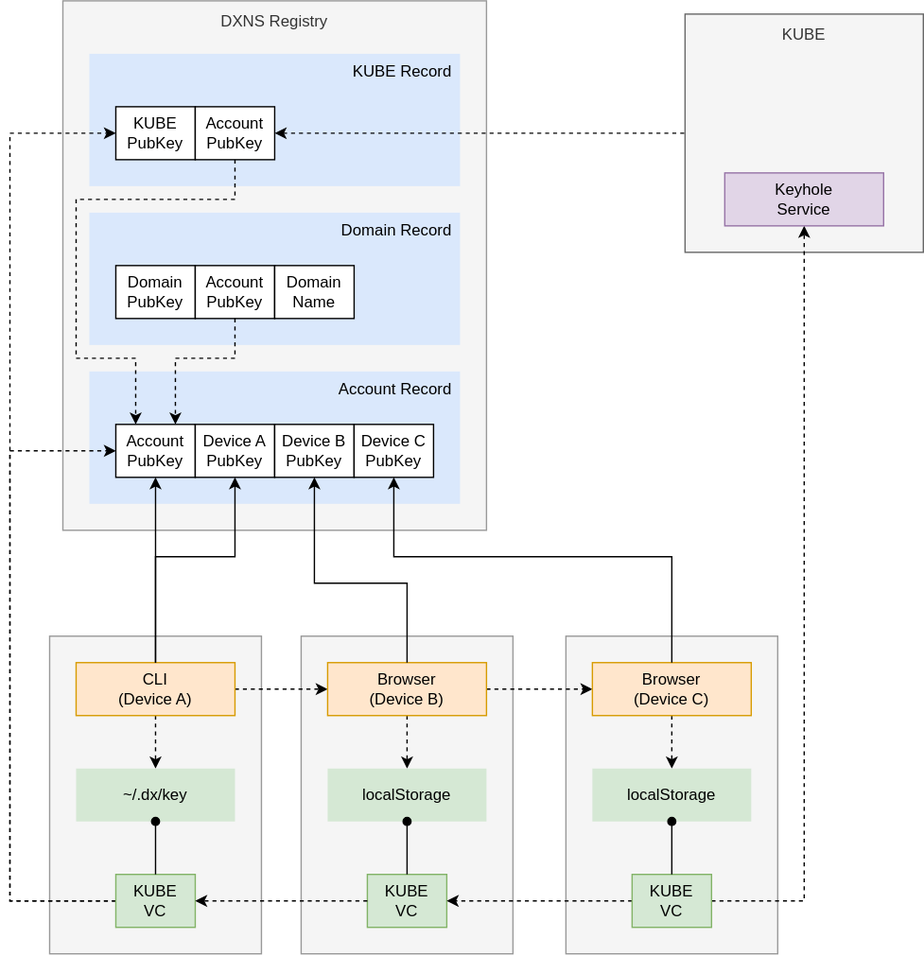
dxos/dxos keeps this draw.io diagram as docs/design/diagrams/HALO keys.drawio.svg. Above is the earlier version. Source tidied: cells renumbered, new cells last; positions are measured from the earlier drawing's top-left corner, leaving out a move shared by most shapes.
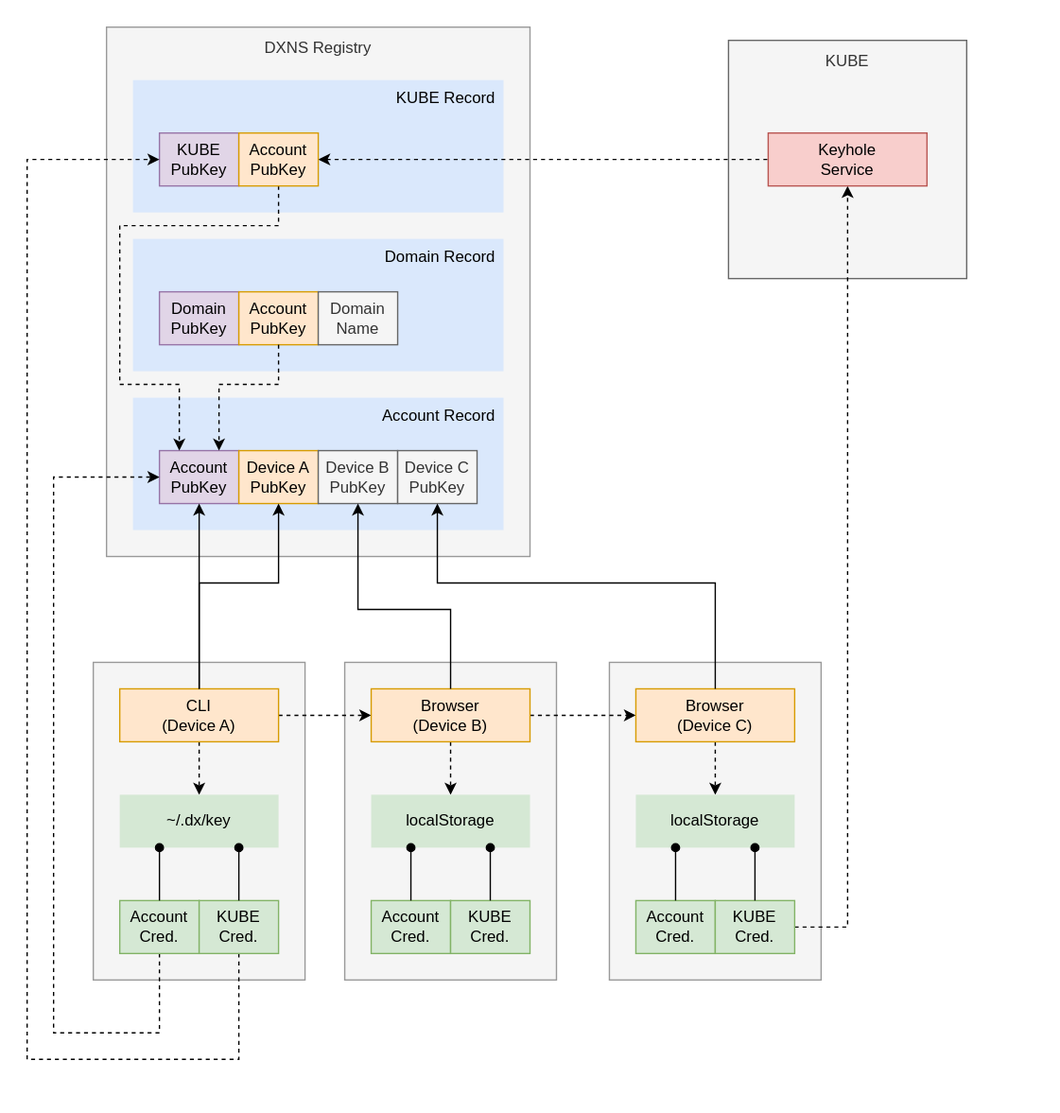
The same diagram one commit later.

The edit, as a diff of the source:
```diff
@@ -1,4 +1,4 @@
-<mxGraphModel>
+<mxGraphModel background="#ffffff">
   <root>
     <mxCell id="0" />
     <mxCell id="1" parent="0" />
@@ -44,22 +44,22 @@
     <mxCell id="15" value="Browser&lt;br&gt;(Device C)" style="rounded=0;whiteSpace=wrap;html=1;fillColor=#ffe6cc;strokeColor=#d79b00;" parent="1" vertex="1">
       <mxGeometry x="440" y="500" width="120" height="40" as="geometry" />
     </mxCell>
-    <mxCell id="16" style="edgeStyle=orthogonalEdgeStyle;rounded=0;jettySize=auto;html=1;entryX=0;entryY=0.5;entryDx=0;entryDy=0;exitX=1;exitY=0.5;exitDx=0;exitDy=0;startArrow=classic;startFill=1;endArrow=none;endFill=0;dashed=1;" parent="1" edge="1" source="47" target="7">
+    <mxCell id="16" style="edgeStyle=orthogonalEdgeStyle;rounded=0;jettySize=auto;html=1;entryX=0;entryY=0.5;entryDx=0;entryDy=0;exitX=1;exitY=0.5;exitDx=0;exitDy=0;startArrow=classic;startFill=1;endArrow=none;endFill=0;dashed=1;" parent="1" edge="1" source="47" target="45">
       <mxGeometry relative="1" as="geometry" />
     </mxCell>
-    <mxCell id="17" value="KUBE&lt;br&gt;PubKey" style="rounded=0;whiteSpace=wrap;html=1;" parent="1" vertex="1">
+    <mxCell id="17" value="KUBE&lt;br&gt;PubKey" style="rounded=0;whiteSpace=wrap;html=1;fillColor=#e1d5e7;strokeColor=#9673a6;" parent="1" vertex="1">
       <mxGeometry x="80" y="80" width="60" height="40" as="geometry" />
     </mxCell>
     <mxCell id="18" value="Domain Record" style="rounded=0;whiteSpace=wrap;html=1;verticalAlign=top;align=right;spacingLeft=4;fillColor=#dae8fc;strokeColor=none;spacingRight=4;spacing=2;" parent="1" vertex="1">
       <mxGeometry x="60" y="160" width="280" height="100" as="geometry" />
     </mxCell>
-    <mxCell id="19" value="Domain&lt;br&gt;PubKey" style="rounded=0;whiteSpace=wrap;html=1;" parent="1" vertex="1">
+    <mxCell id="19" value="Domain&lt;br&gt;PubKey" style="rounded=0;whiteSpace=wrap;html=1;fillColor=#e1d5e7;strokeColor=#9673a6;" parent="1" vertex="1">
       <mxGeometry x="80" y="200" width="60" height="40" as="geometry" />
     </mxCell>
-    <mxCell id="20" value="Account&lt;br&gt;PubKey" style="rounded=0;whiteSpace=wrap;html=1;" parent="1" vertex="1">
+    <mxCell id="20" value="Account&lt;br&gt;PubKey" style="rounded=0;whiteSpace=wrap;html=1;fillColor=#ffe6cc;strokeColor=#d79b00;" parent="1" vertex="1">
       <mxGeometry x="140" y="200" width="60" height="40" as="geometry" />
     </mxCell>
-    <mxCell id="21" value="Domain&lt;br&gt;Name" style="rounded=0;whiteSpace=wrap;html=1;" parent="1" vertex="1">
+    <mxCell id="21" value="Domain&lt;br&gt;Name" style="rounded=0;whiteSpace=wrap;html=1;fillColor=#f5f5f5;fontColor=#333333;strokeColor=#666666;" parent="1" vertex="1">
       <mxGeometry x="200" y="200" width="60" height="40" as="geometry" />
     </mxCell>
     <mxCell id="22" value="~/.dx/key" style="rounded=0;whiteSpace=wrap;html=1;fillColor=#d5e8d4;strokeColor=none;" parent="1" vertex="1">
@@ -68,16 +68,16 @@
     <mxCell id="23" value="Account Record" style="rounded=0;whiteSpace=wrap;html=1;verticalAlign=top;align=right;spacing=2;spacingLeft=4;fillColor=#dae8fc;strokeColor=none;spacingRight=4;" parent="1" vertex="1">
       <mxGeometry x="60" y="280" width="280" height="100" as="geometry" />
     </mxCell>
-    <mxCell id="24" value="Account&lt;br&gt;PubKey" style="rounded=0;whiteSpace=wrap;html=1;" parent="1" vertex="1">
+    <mxCell id="24" value="Account&lt;br&gt;PubKey" style="rounded=0;whiteSpace=wrap;html=1;fillColor=#e1d5e7;strokeColor=#9673a6;" parent="1" vertex="1">
       <mxGeometry x="80" y="320" width="60" height="40" as="geometry" />
     </mxCell>
-    <mxCell id="25" value="Device A&lt;br&gt;PubKey" style="rounded=0;whiteSpace=wrap;html=1;" parent="1" vertex="1">
+    <mxCell id="25" value="Device A&lt;br&gt;PubKey" style="rounded=0;whiteSpace=wrap;html=1;fillColor=#ffe6cc;strokeColor=#d79b00;" parent="1" vertex="1">
       <mxGeometry x="140" y="320" width="60" height="40" as="geometry" />
     </mxCell>
-    <mxCell id="26" value="Device B&lt;br&gt;PubKey" style="rounded=0;whiteSpace=wrap;html=1;" parent="1" vertex="1">
+    <mxCell id="26" value="Device B&lt;br&gt;PubKey" style="rounded=0;whiteSpace=wrap;html=1;fillColor=#f5f5f5;fontColor=#333333;strokeColor=#666666;" parent="1" vertex="1">
       <mxGeometry x="200" y="320" width="60" height="40" as="geometry" />
     </mxCell>
-    <mxCell id="27" value="Device C&lt;br&gt;PubKey" style="rounded=0;whiteSpace=wrap;html=1;" parent="1" vertex="1">
+    <mxCell id="27" value="Device C&lt;br&gt;PubKey" style="rounded=0;whiteSpace=wrap;html=1;fillColor=#f5f5f5;fontColor=#333333;strokeColor=#666666;" parent="1" vertex="1">
       <mxGeometry x="260" y="320" width="60" height="40" as="geometry" />
     </mxCell>
     <mxCell id="28" style="edgeStyle=orthogonalEdgeStyle;rounded=0;jettySize=auto;html=1;exitX=0.5;exitY=0;exitDx=0;exitDy=0;" parent="1" edge="1" source="10" target="25">
@@ -113,55 +113,35 @@
     <mxCell id="33" value="localStorage" style="rounded=0;whiteSpace=wrap;html=1;fillColor=#d5e8d4;strokeColor=none;" parent="1" vertex="1">
       <mxGeometry x="440" y="580" width="120" height="40" as="geometry" />
     </mxCell>
-    <mxCell id="34" style="edgeStyle=orthogonalEdgeStyle;rounded=0;jettySize=auto;html=1;exitX=0;exitY=0.5;exitDx=0;exitDy=0;entryX=0;entryY=0.5;entryDx=0;entryDy=0;dashed=1;" parent="1" edge="1" source="36" target="24">
+    <mxCell id="34" style="edgeStyle=orthogonalEdgeStyle;rounded=0;jettySize=auto;html=1;exitX=0.5;exitY=1;exitDx=0;exitDy=0;entryX=0;entryY=0.5;entryDx=0;entryDy=0;dashed=1;" parent="1" edge="1" source="36" target="24">
       <mxGeometry relative="1" as="geometry">
         <Array as="points">
-          <mxPoint y="680" />
+          <mxPoint x="80" y="760" />
+          <mxPoint y="760" />
           <mxPoint y="340" />
         </Array>
       </mxGeometry>
     </mxCell>
-    <mxCell id="35" style="edgeStyle=orthogonalEdgeStyle;rounded=0;jettySize=auto;html=1;exitX=0;exitY=0.5;exitDx=0;exitDy=0;entryX=0;entryY=0.5;entryDx=0;entryDy=0;dashed=1;startArrow=none;startFill=0;endArrow=classic;endFill=1;" parent="1" edge="1" source="36" target="17">
+    <mxCell id="35" style="edgeStyle=orthogonalEdgeStyle;rounded=0;jettySize=auto;html=1;entryX=0;entryY=0.5;entryDx=0;entryDy=0;dashed=1;startArrow=none;startFill=0;endArrow=classic;endFill=1;exitX=0.5;exitY=1;exitDx=0;exitDy=0;" parent="1" edge="1" source="49" target="17">
       <mxGeometry relative="1" as="geometry">
         <Array as="points">
-          <mxPoint y="680" />
-          <mxPoint y="100" />
+          <mxPoint x="140" y="780" />
+          <mxPoint x="-20" y="780" />
+          <mxPoint x="-20" y="100" />
         </Array>
       </mxGeometry>
     </mxCell>
-    <mxCell id="36" value="KUBE&lt;br&gt;VC" style="rounded=0;whiteSpace=wrap;html=1;fillColor=#d5e8d4;strokeColor=#82b366;" parent="1" vertex="1">
-      <mxGeometry x="80" y="660" width="60" height="40" as="geometry" />
+    <mxCell id="36" value="Account&lt;br&gt;Cred." style="rounded=0;whiteSpace=wrap;html=1;fillColor=#d5e8d4;strokeColor=#82b366;" parent="1" vertex="1">
+      <mxGeometry x="50" y="660" width="60" height="40" as="geometry" />
     </mxCell>
-    <mxCell id="37" style="edgeStyle=orthogonalEdgeStyle;rounded=0;jettySize=auto;html=1;exitX=0.5;exitY=1;exitDx=0;exitDy=0;entryX=0.5;entryY=0;entryDx=0;entryDy=0;endArrow=none;endFill=0;startArrow=oval;startFill=1;" parent="1" edge="1" source="22" target="36">
+    <mxCell id="37" style="edgeStyle=orthogonalEdgeStyle;rounded=0;jettySize=auto;html=1;exitX=0.25;exitY=1;exitDx=0;exitDy=0;entryX=0.5;entryY=0;entryDx=0;entryDy=0;endArrow=none;endFill=0;startArrow=oval;startFill=1;" parent="1" edge="1" source="22" target="36">
       <mxGeometry relative="1" as="geometry" />
     </mxCell>
-    <mxCell id="38" value="KUBE&lt;br&gt;VC" style="rounded=0;whiteSpace=wrap;html=1;fillColor=#d5e8d4;strokeColor=#82b366;" parent="1" vertex="1">
-      <mxGeometry x="270" y="660" width="60" height="40" as="geometry" />
-    </mxCell>
-    <mxCell id="39" style="edgeStyle=orthogonalEdgeStyle;rounded=0;jettySize=auto;html=1;exitX=0.5;exitY=1;exitDx=0;exitDy=0;entryX=0.5;entryY=0;entryDx=0;entryDy=0;endArrow=none;endFill=0;startArrow=oval;startFill=1;" parent="1" edge="1" target="38">
-      <mxGeometry relative="1" as="geometry">
-        <mxPoint x="300" y="620" as="sourcePoint" />
-      </mxGeometry>
-    </mxCell>
-    <mxCell id="40" style="edgeStyle=orthogonalEdgeStyle;rounded=0;jettySize=auto;html=1;exitX=0;exitY=0.5;exitDx=0;exitDy=0;entryX=1;entryY=0.5;entryDx=0;entryDy=0;dashed=1;startArrow=none;startFill=0;endArrow=classic;endFill=1;" parent="1" edge="1" source="42" target="38">
-      <mxGeometry relative="1" as="geometry" />
-    </mxCell>
-    <mxCell id="41" style="edgeStyle=orthogonalEdgeStyle;rounded=0;jettySize=auto;html=1;exitX=1;exitY=0.5;exitDx=0;exitDy=0;entryX=0.5;entryY=1;entryDx=0;entryDy=0;dashed=1;startArrow=none;startFill=0;endArrow=classic;endFill=1;" parent="1" edge="1" source="42" target="45">
+    <mxCell id="41" style="edgeStyle=orthogonalEdgeStyle;rounded=0;jettySize=auto;html=1;exitX=1;exitY=0.5;exitDx=0;exitDy=0;entryX=0.5;entryY=1;entryDx=0;entryDy=0;dashed=1;startArrow=none;startFill=0;endArrow=classic;endFill=1;" parent="1" edge="1" source="57" target="45">
       <mxGeometry relative="1" as="geometry" />
     </mxCell>
-    <mxCell id="42" value="KUBE&lt;br&gt;VC" style="rounded=0;whiteSpace=wrap;html=1;fillColor=#d5e8d4;strokeColor=#82b366;" parent="1" vertex="1">
-      <mxGeometry x="470" y="660" width="60" height="40" as="geometry" />
-    </mxCell>
-    <mxCell id="43" style="edgeStyle=orthogonalEdgeStyle;rounded=0;jettySize=auto;html=1;exitX=0.5;exitY=1;exitDx=0;exitDy=0;entryX=0.5;entryY=0;entryDx=0;entryDy=0;endArrow=none;endFill=0;startArrow=oval;startFill=1;" parent="1" edge="1" target="42">
-      <mxGeometry relative="1" as="geometry">
-        <mxPoint x="500" y="620" as="sourcePoint" />
-      </mxGeometry>
-    </mxCell>
-    <mxCell id="44" style="edgeStyle=orthogonalEdgeStyle;rounded=0;jettySize=auto;html=1;exitX=0;exitY=0.5;exitDx=0;exitDy=0;dashed=1;entryX=1;entryY=0.5;entryDx=0;entryDy=0;" parent="1" edge="1" source="38" target="36">
-      <mxGeometry relative="1" as="geometry" />
-    </mxCell>
-    <mxCell id="45" value="Keyhole&lt;br&gt;Service" style="rounded=0;whiteSpace=wrap;html=1;fillColor=#e1d5e7;strokeColor=#9673a6;" parent="1" vertex="1">
-      <mxGeometry x="540" y="130" width="120" height="40" as="geometry" />
+    <mxCell id="45" value="Keyhole&lt;br&gt;Service" style="rounded=0;whiteSpace=wrap;html=1;fillColor=#f8cecc;strokeColor=#b85450;" parent="1" vertex="1">
+      <mxGeometry x="540" y="80" width="120" height="40" as="geometry" />
     </mxCell>
     <mxCell id="46" style="edgeStyle=orthogonalEdgeStyle;rounded=0;jettySize=auto;html=1;exitX=0.5;exitY=1;exitDx=0;exitDy=0;dashed=1;startArrow=none;startFill=0;endArrow=classic;endFill=1;entryX=0.25;entryY=0;entryDx=0;entryDy=0;" parent="1" edge="1" source="47" target="24">
       <mxGeometry relative="1" as="geometry">
@@ -173,7 +153,7 @@
         </Array>
       </mxGeometry>
     </mxCell>
-    <mxCell id="47" value="Account&lt;br&gt;PubKey" style="rounded=0;whiteSpace=wrap;html=1;" parent="1" vertex="1">
+    <mxCell id="47" value="Account&lt;br&gt;PubKey" style="rounded=0;whiteSpace=wrap;html=1;fillColor=#ffe6cc;strokeColor=#d79b00;" parent="1" vertex="1">
       <mxGeometry x="140" y="80" width="60" height="40" as="geometry" />
     </mxCell>
     <mxCell id="48" style="edgeStyle=orthogonalEdgeStyle;rounded=0;jettySize=auto;html=1;exitX=0.5;exitY=1;exitDx=0;exitDy=0;entryX=0.75;entryY=0;entryDx=0;entryDy=0;dashed=1;startArrow=none;startFill=0;endArrow=classic;endFill=1;" parent="1" edge="1" source="20" target="24">
@@ -184,5 +164,49 @@
         </Array>
       </mxGeometry>
     </mxCell>
+    <mxCell id="49" value="KUBE&lt;br&gt;Cred." style="rounded=0;whiteSpace=wrap;html=1;fillColor=#d5e8d4;strokeColor=#82b366;" parent="1" vertex="1">
+      <mxGeometry x="110" y="660" width="60" height="40" as="geometry" />
+    </mxCell>
+    <mxCell id="50" style="edgeStyle=orthogonalEdgeStyle;rounded=0;jettySize=auto;html=1;exitX=0.75;exitY=1;exitDx=0;exitDy=0;entryX=0.5;entryY=0;entryDx=0;entryDy=0;startArrow=oval;startFill=1;endArrow=none;endFill=0;" parent="1" edge="1" source="22" target="49">
+      <mxGeometry relative="1" as="geometry" />
+    </mxCell>
+    <mxCell id="51" value="Account&lt;br&gt;Cred." style="rounded=0;whiteSpace=wrap;html=1;fillColor=#d5e8d4;strokeColor=#82b366;" parent="1" vertex="1">
+      <mxGeometry x="240" y="660" width="60" height="40" as="geometry" />
+    </mxCell>
+    <mxCell id="52" style="edgeStyle=orthogonalEdgeStyle;rounded=0;jettySize=auto;html=1;exitX=0.25;exitY=1;exitDx=0;exitDy=0;entryX=0.5;entryY=0;entryDx=0;entryDy=0;endArrow=none;endFill=0;startArrow=oval;startFill=1;" parent="1" edge="1" target="51">
+      <mxGeometry relative="1" as="geometry">
+        <mxPoint x="270" y="620" as="sourcePoint" />
+      </mxGeometry>
+    </mxCell>
+    <mxCell id="53" value="KUBE&lt;br&gt;Cred." style="rounded=0;whiteSpace=wrap;html=1;fillColor=#d5e8d4;strokeColor=#82b366;" parent="1" vertex="1">
+      <mxGeometry x="300" y="660" width="60" height="40" as="geometry" />
+    </mxCell>
+    <mxCell id="54" style="edgeStyle=orthogonalEdgeStyle;rounded=0;jettySize=auto;html=1;exitX=0.75;exitY=1;exitDx=0;exitDy=0;entryX=0.5;entryY=0;entryDx=0;entryDy=0;startArrow=oval;startFill=1;endArrow=none;endFill=0;" parent="1" edge="1" target="53">
+      <mxGeometry relative="1" as="geometry">
+        <mxPoint x="330" y="620" as="sourcePoint" />
+      </mxGeometry>
+    </mxCell>
+    <mxCell id="55" value="Account&lt;br&gt;Cred." style="rounded=0;whiteSpace=wrap;html=1;fillColor=#d5e8d4;strokeColor=#82b366;" parent="1" vertex="1">
+      <mxGeometry x="440" y="660" width="60" height="40" as="geometry" />
+    </mxCell>
+    <mxCell id="56" style="edgeStyle=orthogonalEdgeStyle;rounded=0;jettySize=auto;html=1;exitX=0.25;exitY=1;exitDx=0;exitDy=0;entryX=0.5;entryY=0;entryDx=0;entryDy=0;endArrow=none;endFill=0;startArrow=oval;startFill=1;" parent="1" edge="1" target="55">
+      <mxGeometry relative="1" as="geometry">
+        <mxPoint x="470" y="620" as="sourcePoint" />
+      </mxGeometry>
+    </mxCell>
+    <mxCell id="57" value="KUBE&lt;br&gt;Cred." style="rounded=0;whiteSpace=wrap;html=1;fillColor=#d5e8d4;strokeColor=#82b366;" parent="1" vertex="1">
+      <mxGeometry x="500" y="660" width="60" height="40" as="geometry" />
+    </mxCell>
+    <mxCell id="58" style="edgeStyle=orthogonalEdgeStyle;rounded=0;jettySize=auto;html=1;exitX=0.75;exitY=1;exitDx=0;exitDy=0;entryX=0.5;entryY=0;entryDx=0;entryDy=0;startArrow=oval;startFill=1;endArrow=none;endFill=0;" parent="1" edge="1" target="57">
+      <mxGeometry relative="1" as="geometry">
+        <mxPoint x="530" y="620" as="sourcePoint" />
+      </mxGeometry>
+    </mxCell>
+    <mxCell id="59" style="rounded=0;whiteSpace=wrap;html=1;align=right;verticalAlign=top;strokeColor=none;" parent="1" vertex="1">
+      <mxGeometry x="-40" y="-20" width="800" height="10" as="geometry" />
+    </mxCell>
+    <mxCell id="60" style="rounded=0;whiteSpace=wrap;html=1;align=right;verticalAlign=top;strokeColor=none;" parent="1" vertex="1">
+      <mxGeometry x="-40" y="810" width="800" height="10" as="geometry" />
+    </mxCell>
   </root>
 </mxGraphModel>
```
